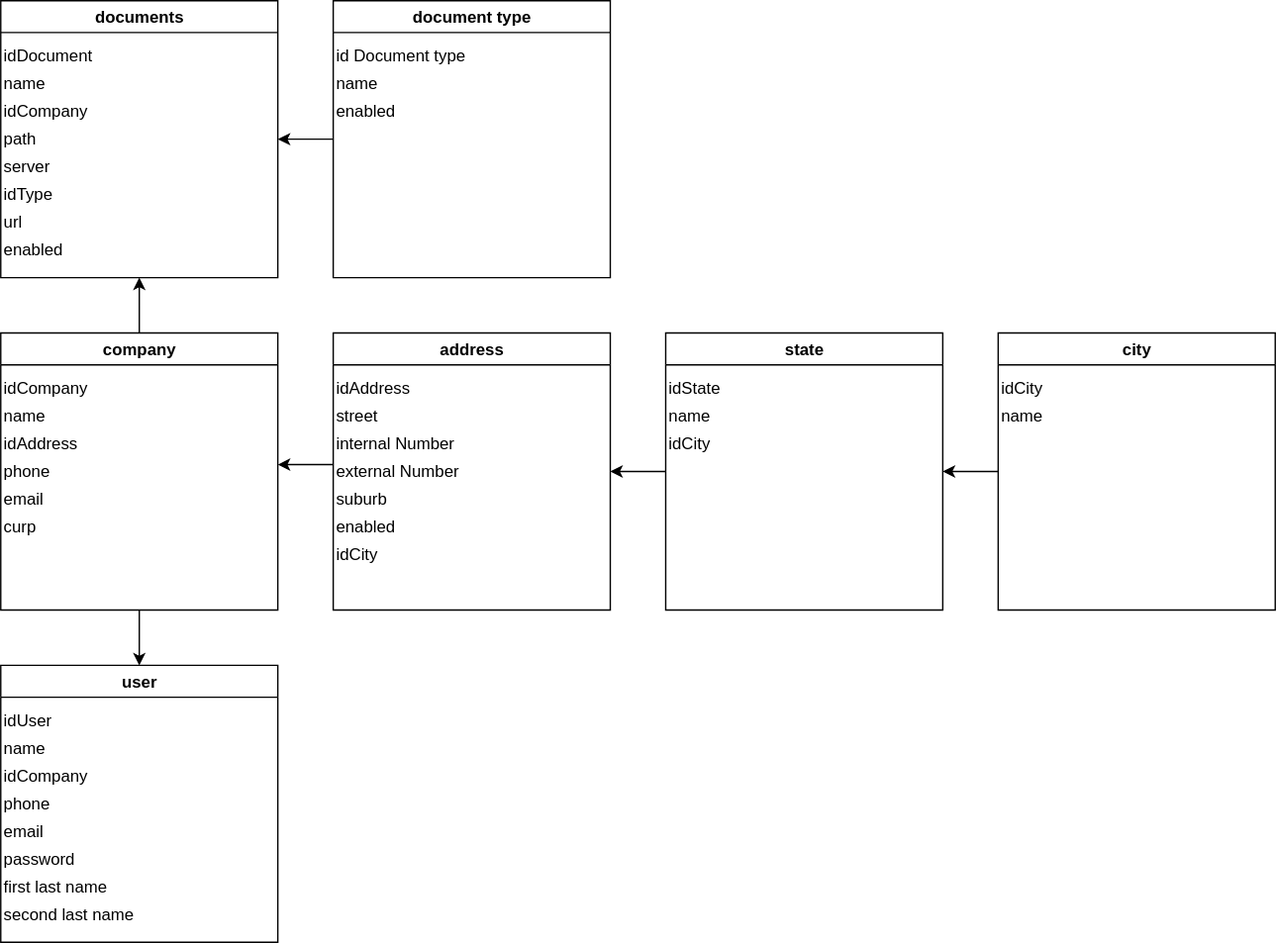
This is dawio/modelo.drawio.svg from carlosj-mc99/jc-investments, a draw.io export, as it was before one commit. Source tidied: cells renumbered, new cells last; positions are measured from the earlier drawing's top-left corner, leaving out a move shared by most shapes.
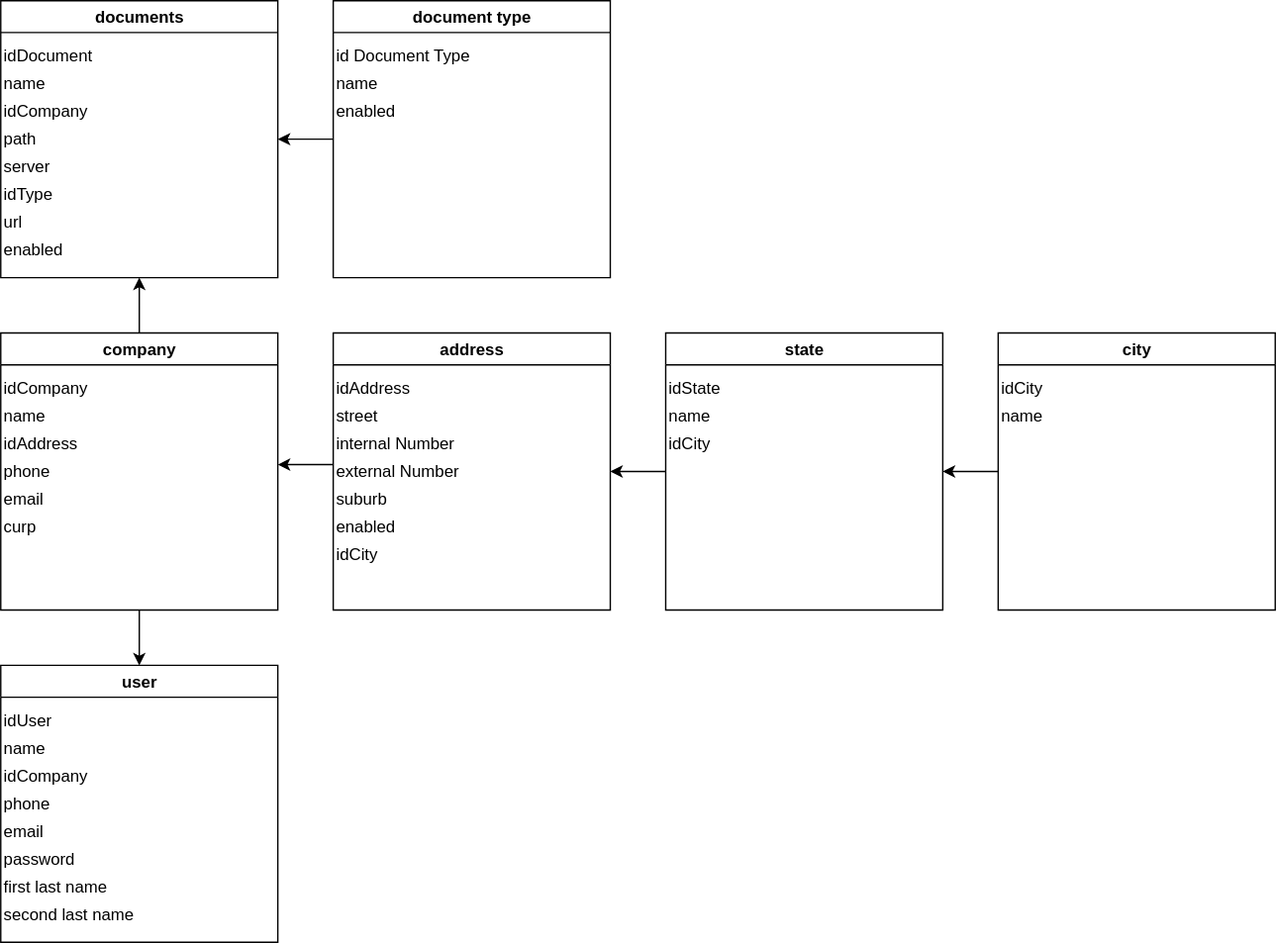
After the commit.

The edit, as a diff of the source:
```diff
@@ -147,7 +147,7 @@
     <mxCell id="48" value="document type" style="swimlane;whiteSpace=wrap;html=1;startSize=23;" parent="1" vertex="1">
       <mxGeometry x="240" width="200" height="200" as="geometry" />
     </mxCell>
-    <mxCell id="49" value="id Document type" style="text;html=1;align=left;verticalAlign=middle;whiteSpace=wrap;rounded=0;" parent="48" vertex="1">
+    <mxCell id="49" value="id Document Type" style="text;html=1;align=left;verticalAlign=middle;whiteSpace=wrap;rounded=0;" parent="48" vertex="1">
       <mxGeometry y="30" width="200" height="20" as="geometry" />
     </mxCell>
     <mxCell id="50" value="name" style="text;html=1;align=left;verticalAlign=middle;whiteSpace=wrap;rounded=0;" parent="48" vertex="1">
```
